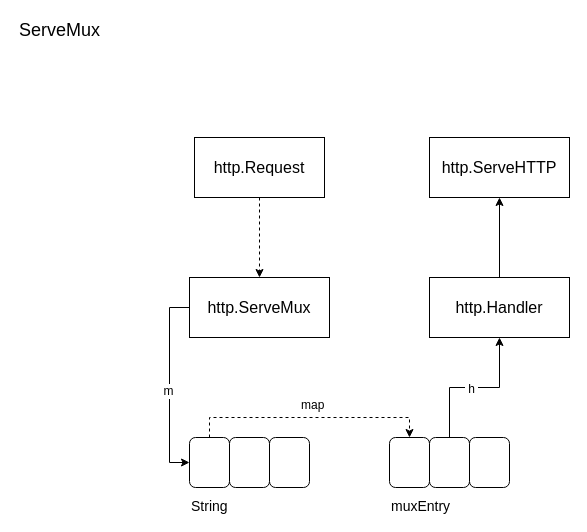
Above: page "第 5 页" (5 of 5) of go-net.drawio in oiar/assets (draw.io), before the change. Source tidied: cells renumbered, new cells numbered last; positions are measured from the earlier drawing's top-left corner, leaving out a move shared by most shapes. Both pictures are drawn from the tidied source at 100%, with x=0, y=0 at pixel (17, 17).
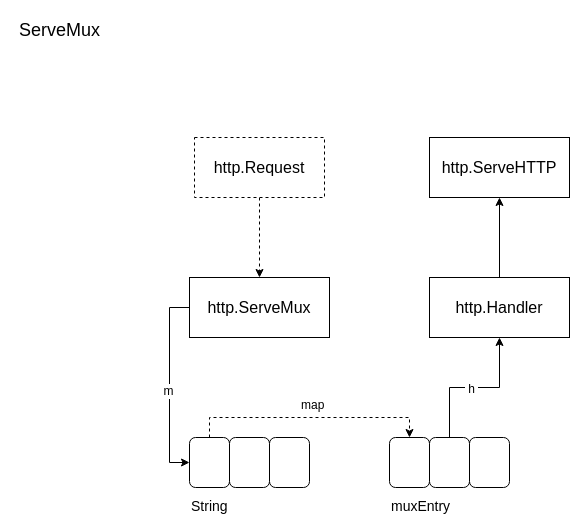
The same page after the edit.

What changed in the source:
```diff
@@
-    <mxCell id="21" value="&lt;font style=&quot;font-size: 16px&quot;&gt;http.Request&lt;/font&gt;" style="rounded=0;whiteSpace=wrap;html=1;" parent="1" vertex="1">
+    <mxCell id="21" value="&lt;font style=&quot;font-size: 16px&quot;&gt;http.Request&lt;/font&gt;" style="rounded=0;whiteSpace=wrap;html=1;dashed=1;" parent="1" vertex="1">
       <mxGeometry x="177" y="120" width="130" height="60" as="geometry" />
     </mxCell>
```
